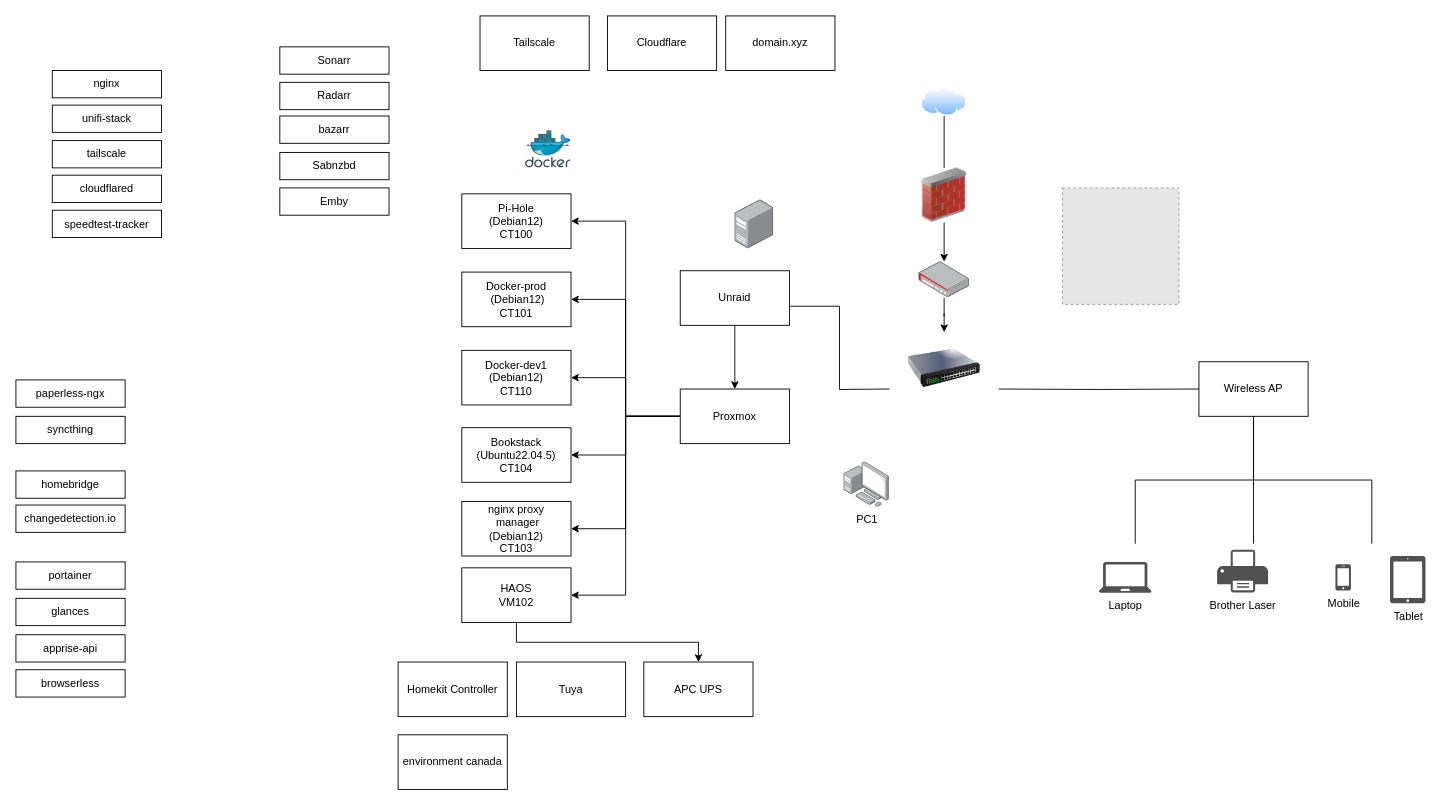
Earlier version of the draw.io diagram 92king_homelab.drawio (danieljai/homelab). Source tidied: cells renumbered, new cells numbered last; positions are measured from the earlier drawing's top-left corner, leaving out a move shared by most shapes. Both pictures are drawn from the tidied source at 91%, with x=0, y=0 at pixel (15, 15). Pictures stored in the file or linked from it are replaced by grey dashed boxes.
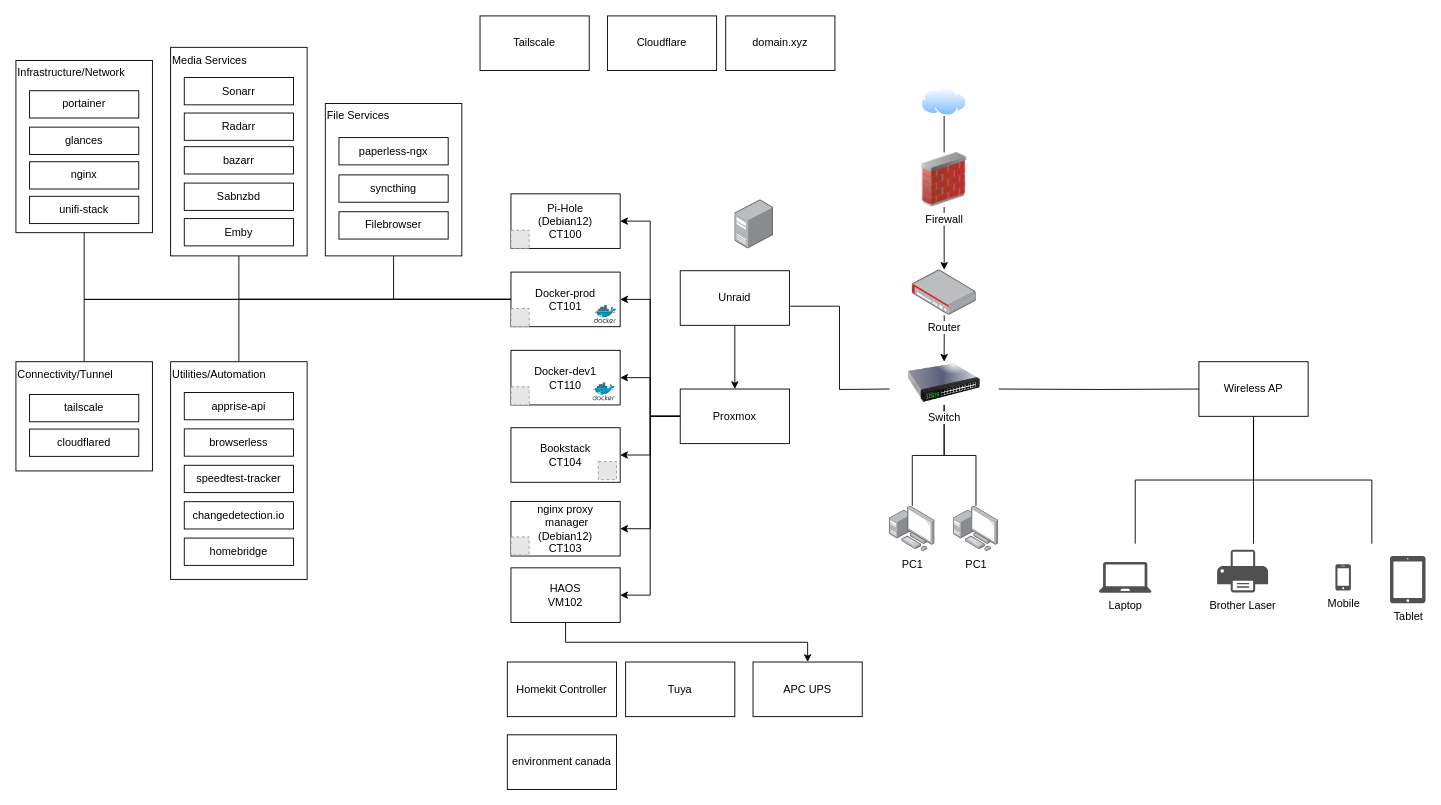
The same page after the edit.

Change to the diagram source:
```diff
@@
-    <mxCell id="16" value="Docker-dev1&lt;div&gt;(Debian12)&lt;div&gt;CT110&lt;/div&gt;&lt;/div&gt;" style="rounded=0;whiteSpace=wrap;html=1;" parent="1" vertex="1">
-      <mxGeometry x="490" y="367.5" width="120" height="60" as="geometry" />
+    <mxCell id="16" value="Docker-dev1&lt;div&gt;&lt;div&gt;CT110&lt;/div&gt;&lt;/div&gt;" style="rounded=0;whiteSpace=wrap;html=1;" parent="1" vertex="1">
+      <mxGeometry x="544" y="367.5" width="120" height="60" as="geometry" />
     </mxCell>
+    <mxCell id="64" style="edgeStyle=orthogonalEdgeStyle;rounded=0;jettySize=auto;html=1;endArrow=none;startFill=0;" parent="1" edge="1" source="17" target="72">
+      <mxGeometry relative="1" as="geometry" />
+    </mxCell>
+    <mxCell id="65" style="edgeStyle=orthogonalEdgeStyle;rounded=0;jettySize=auto;html=1;endArrow=none;startFill=0;" parent="1" edge="1" source="17" target="76">
+      <mxGeometry relative="1" as="geometry" />
+    </mxCell>
+    <mxCell id="66" style="edgeStyle=orthogonalEdgeStyle;rounded=0;jettySize=auto;html=1;endArrow=none;startFill=0;" parent="1" edge="1" source="17" target="78">
+      <mxGeometry relative="1" as="geometry" />
+    </mxCell>
-    <mxCell id="17" value="Docker-prod&lt;div&gt;&amp;nbsp;(Debian12)&lt;div&gt;CT101&lt;/div&gt;&lt;/div&gt;" style="rounded=0;whiteSpace=wrap;html=1;" parent="1" vertex="1">
-      <mxGeometry x="490" y="281.5" width="120" height="60" as="geometry" />
+    <mxCell id="17" value="Docker-prod&lt;div&gt;&lt;div&gt;CT101&lt;/div&gt;&lt;/div&gt;" style="rounded=0;whiteSpace=wrap;html=1;" parent="1" vertex="1">
+      <mxGeometry x="544" y="281.5" width="120" height="60" as="geometry" />
     </mxCell>
@@
     <mxCell id="19" value="HAOS&lt;div&gt;VM102&lt;/div&gt;" style="rounded=0;whiteSpace=wrap;html=1;" parent="1" vertex="1">
-      <mxGeometry x="490" y="606.5" width="120" height="60" as="geometry" />
+      <mxGeometry x="544" y="606.5" width="120" height="60" as="geometry" />
     </mxCell>
-    <mxCell id="20" value="Bookstack&lt;div&gt;(Ubuntu22.04.5)&lt;div&gt;CT104&lt;/div&gt;&lt;/div&gt;" style="rounded=0;whiteSpace=wrap;html=1;" parent="1" vertex="1">
-      <mxGeometry x="490" y="452.5" width="120" height="60" as="geometry" />
+    <mxCell id="20" value="Bookstack&lt;div&gt;&lt;div&gt;CT104&lt;/div&gt;&lt;/div&gt;" style="rounded=0;whiteSpace=wrap;html=1;" parent="1" vertex="1">
+      <mxGeometry x="544" y="452.5" width="120" height="60" as="geometry" />
     </mxCell>
-    <mxCell id="21" value="Radarr" style="rounded=0;whiteSpace=wrap;html=1;" parent="1" vertex="1">
-      <mxGeometry x="290" y="73" width="120" height="30" as="geometry" />
-    </mxCell>
-    <mxCell id="22" value="Sonarr" style="rounded=0;whiteSpace=wrap;html=1;" parent="1" vertex="1">
-      <mxGeometry x="290" y="34" width="120" height="30" as="geometry" />
-    </mxCell>
     <mxCell id="23" value="Pi-Hole&lt;div&gt;(Debian12)&lt;br&gt;&lt;div&gt;CT100&lt;/div&gt;&lt;/div&gt;" style="rounded=0;whiteSpace=wrap;html=1;" parent="1" vertex="1">
-      <mxGeometry x="490" y="195.5" width="120" height="60" as="geometry" />
+      <mxGeometry x="544" y="195.5" width="120" height="60" as="geometry" />
     </mxCell>
-    <mxCell id="24" value="Sabnzbd" style="rounded=0;whiteSpace=wrap;html=1;" parent="1" vertex="1">
-      <mxGeometry x="290" y="150" width="120" height="30" as="geometry" />
-    </mxCell>
     <mxCell id="25" value="nginx proxy&lt;br&gt;&amp;nbsp;manager&lt;div&gt;(Debian12)&lt;br&gt;&lt;div&gt;CT103&lt;/div&gt;&lt;/div&gt;" style="rounded=0;whiteSpace=wrap;html=1;" parent="1" vertex="1">
-      <mxGeometry x="490" y="533.5" width="120" height="60" as="geometry" />
+      <mxGeometry x="544" y="533.5" width="120" height="60" as="geometry" />
     </mxCell>
-    <mxCell id="26" value="changedetection.io" style="rounded=0;whiteSpace=wrap;html=1;" parent="1" vertex="1">
-      <mxGeometry y="537.5" width="120" height="30" as="geometry" />
-    </mxCell>
-    <mxCell id="27" value="Emby" style="rounded=0;whiteSpace=wrap;html=1;" parent="1" vertex="1">
-      <mxGeometry x="290" y="189" width="120" height="30" as="geometry" />
-    </mxCell>
-    <mxCell id="28" value="browserless" style="rounded=0;whiteSpace=wrap;html=1;" parent="1" vertex="1">
-      <mxGeometry y="718.5" width="120" height="30" as="geometry" />
-    </mxCell>
-    <mxCell id="29" value="tailscale" style="rounded=0;whiteSpace=wrap;html=1;" parent="1" vertex="1">
-      <mxGeometry x="40" y="137" width="120" height="30" as="geometry" />
-    </mxCell>
-    <mxCell id="30" value="syncthing" style="rounded=0;whiteSpace=wrap;html=1;" parent="1" vertex="1">
-      <mxGeometry y="440" width="120" height="30" as="geometry" />
-    </mxCell>
-    <mxCell id="31" value="cloudflared" style="rounded=0;whiteSpace=wrap;html=1;" parent="1" vertex="1">
-      <mxGeometry x="40" y="175" width="120" height="30" as="geometry" />
-    </mxCell>
-    <mxCell id="32" value="glances" style="rounded=0;whiteSpace=wrap;html=1;" parent="1" vertex="1">
-      <mxGeometry y="640" width="120" height="30" as="geometry" />
-    </mxCell>
-    <mxCell id="33" value="homebridge" style="rounded=0;whiteSpace=wrap;html=1;" parent="1" vertex="1">
-      <mxGeometry y="500" width="120" height="30" as="geometry" />
-    </mxCell>
-    <mxCell id="34" value="paperless-ngx" style="rounded=0;whiteSpace=wrap;html=1;" parent="1" vertex="1">
-      <mxGeometry y="400" width="120" height="30" as="geometry" />
-    </mxCell>
-    <mxCell id="35" value="bazarr" style="rounded=0;whiteSpace=wrap;html=1;" parent="1" vertex="1">
-      <mxGeometry x="290" y="110" width="120" height="30" as="geometry" />
-    </mxCell>
-    <mxCell id="36" value="speedtest-tracker" style="rounded=0;whiteSpace=wrap;html=1;" parent="1" vertex="1">
-      <mxGeometry x="40" y="213.5" width="120" height="30" as="geometry" />
-    </mxCell>
-    <mxCell id="37" value="apprise-api" style="rounded=0;whiteSpace=wrap;html=1;" parent="1" vertex="1">
-      <mxGeometry y="680" width="120" height="30" as="geometry" />
-    </mxCell>
-    <mxCell id="38" value="portainer" style="rounded=0;whiteSpace=wrap;html=1;" parent="1" vertex="1">
-      <mxGeometry y="600" width="120" height="30" as="geometry" />
-    </mxCell>
-    <mxCell id="39" value="unifi-stack" style="rounded=0;whiteSpace=wrap;html=1;" parent="1" vertex="1">
-      <mxGeometry x="40" y="98" width="120" height="30" as="geometry" />
-    </mxCell>
-    <mxCell id="40" value="nginx" style="rounded=0;whiteSpace=wrap;html=1;" parent="1" vertex="1">
-      <mxGeometry x="40" y="60" width="120" height="30" as="geometry" />
-    </mxCell>
@@
     <mxCell id="42" value="APC UPS" style="rounded=0;whiteSpace=wrap;html=1;" parent="1" vertex="1">
-      <mxGeometry x="690" y="710" width="120" height="60" as="geometry" />
+      <mxGeometry x="810" y="710" width="120" height="60" as="geometry" />
     </mxCell>
@@
     <mxCell id="46" value="Tuya" style="rounded=0;whiteSpace=wrap;html=1;" parent="1" vertex="1">
-      <mxGeometry x="550" y="710" width="120" height="60" as="geometry" />
+      <mxGeometry x="670" y="710" width="120" height="60" as="geometry" />
     </mxCell>
     <mxCell id="47" value="Homekit Controller" style="rounded=0;whiteSpace=wrap;html=1;" parent="1" vertex="1">
-      <mxGeometry x="420" y="710" width="120" height="60" as="geometry" />
+      <mxGeometry x="540" y="710" width="120" height="60" as="geometry" />
     </mxCell>
     <mxCell id="48" value="environment canada" style="rounded=0;whiteSpace=wrap;html=1;" parent="1" vertex="1">
-      <mxGeometry x="420" y="790" width="120" height="60" as="geometry" />
+      <mxGeometry x="540" y="790" width="120" height="60" as="geometry" />
     </mxCell>
@@
-    <mxCell id="52" style="image;html=1;image=img/lib/clip_art/networking/Firewall_02_128x128.png;" parent="1" vertex="1">
-      <mxGeometry x="990" y="167" width="60" height="60" as="geometry" />
+    <mxCell id="52" value="Firewall" style="image;html=1;image=img/lib/clip_art/networking/Firewall_02_128x128.png;" parent="1" vertex="1">
+      <mxGeometry x="990" y="150" width="60" height="60" as="geometry" />
     </mxCell>
@@
-    <mxCell id="54" style="image;points=[];html=1;align=center;shadow=0;dashed=0;image=img/lib/allied_telesis/security/Router_VPN.svg;" parent="1" vertex="1">
-      <mxGeometry x="992.1" y="270" width="55.8" height="39.6" as="geometry" />
+    <mxCell id="54" value="Router" style="image;points=[];html=1;align=center;shadow=0;dashed=0;image=img/lib/allied_telesis/security/Router_VPN.svg;" parent="1" vertex="1">
+      <mxGeometry x="984.8" y="279" width="70.5" height="50" as="geometry" />
     </mxCell>
+    <mxCell id="67" style="edgeStyle=orthogonalEdgeStyle;rounded=0;jettySize=auto;html=1;endArrow=none;startFill=0;" parent="1" edge="1" source="55" target="56">
+      <mxGeometry relative="1" as="geometry" />
+    </mxCell>
+    <mxCell id="68" style="edgeStyle=orthogonalEdgeStyle;rounded=0;jettySize=auto;html=1;endArrow=none;startFill=0;" parent="1" edge="1" source="55" target="70">
+      <mxGeometry relative="1" as="geometry" />
+    </mxCell>
-    <mxCell id="55" style="image;html=1;image=img/lib/clip_art/networking/Switch_128x128.png;" parent="1" vertex="1">
-      <mxGeometry x="980" y="347.5" width="80" height="80" as="geometry" />
+    <mxCell id="55" value="Switch" style="image;html=1;image=img/lib/clip_art/networking/Switch_128x128.png;" parent="1" vertex="1">
+      <mxGeometry x="980" y="380" width="80" height="47.5" as="geometry" />
     </mxCell>
     <mxCell id="56" value="PC1" style="image;points=[];html=1;align=center;shadow=0;dashed=0;image=img/lib/allied_telesis/computer_and_terminals/Personal_Computer_with_Server.svg;" parent="1" vertex="1">
-      <mxGeometry x="909.8" y="490" width="50" height="50" as="geometry" />
+      <mxGeometry x="960" y="538.5" width="50" height="50" as="geometry" />
     </mxCell>
@@
-    <mxCell id="58" style="image;sketch=0;html=1;align=center;fontSize=12;image=img/lib/mscae/Docker.svg;" parent="1" vertex="1">
-      <mxGeometry x="560" y="126" width="50" height="41" as="geometry" />
-    </mxCell>
@@
-    <mxCell id="63" style="fillColor=#E6E6E6;strokeColor=#999999;dashed=1;html=1;verticalAlign=top;verticalLabelPosition=bottom;labelBackgroundColor=#ffffff;" parent="1" vertex="1">
-      <mxGeometry x="1150" y="189" width="128" height="128" as="geometry" />
-    </mxCell>
+    <mxCell id="69" style="image;sketch=0;html=1;align=center;fontSize=12;image=img/lib/mscae/Docker.svg;" parent="1" vertex="1">
+      <mxGeometry x="635.6" y="318" width="24.4" height="20" as="geometry" />
+    </mxCell>
+    <mxCell id="70" value="PC1" style="image;points=[];html=1;align=center;shadow=0;dashed=0;image=img/lib/allied_telesis/computer_and_terminals/Personal_Computer_with_Server.svg;" parent="1" vertex="1">
+      <mxGeometry x="1030" y="538.5" width="50" height="50" as="geometry" />
+    </mxCell>
+    <mxCell id="71" style="group;" parent="1" vertex="1">
+      <mxGeometry x="170" y="34.5" width="150" height="229.2" as="geometry" />
+    </mxCell>
+    <mxCell id="72" value="Media Services" style="rounded=0;whiteSpace=wrap;html=1;align=left;verticalAlign=top;" parent="71" vertex="1">
+      <mxGeometry width="150" height="229.2" as="geometry" />
+    </mxCell>
+    <mxCell id="21" value="Radarr" style="rounded=0;whiteSpace=wrap;html=1;" parent="71" vertex="1">
+      <mxGeometry x="15" y="72.2" width="120" height="30" as="geometry" />
+    </mxCell>
+    <mxCell id="22" value="Sonarr" style="rounded=0;whiteSpace=wrap;html=1;" parent="71" vertex="1">
+      <mxGeometry x="15" y="33.2" width="120" height="30" as="geometry" />
+    </mxCell>
+    <mxCell id="24" value="Sabnzbd" style="rounded=0;whiteSpace=wrap;html=1;" parent="71" vertex="1">
+      <mxGeometry x="15" y="149.2" width="120" height="30" as="geometry" />
+    </mxCell>
+    <mxCell id="27" value="Emby" style="rounded=0;whiteSpace=wrap;html=1;" parent="71" vertex="1">
+      <mxGeometry x="15" y="188.2" width="120" height="30" as="geometry" />
+    </mxCell>
+    <mxCell id="35" value="bazarr" style="rounded=0;whiteSpace=wrap;html=1;" parent="71" vertex="1">
+      <mxGeometry x="15" y="109.2" width="120" height="30" as="geometry" />
+    </mxCell>
+    <mxCell id="73" style="group;" parent="1" vertex="1">
+      <mxGeometry y="49" width="150" height="189.2" as="geometry" />
+    </mxCell>
+    <mxCell id="74" value="Infrastructure/Network" style="rounded=0;whiteSpace=wrap;html=1;align=left;verticalAlign=top;" parent="73" vertex="1">
+      <mxGeometry width="150" height="189.2" as="geometry" />
+    </mxCell>
+    <mxCell id="32" value="glances" style="rounded=0;whiteSpace=wrap;html=1;" parent="73" vertex="1">
+      <mxGeometry x="15" y="73.2" width="120" height="30" as="geometry" />
+    </mxCell>
+    <mxCell id="38" value="portainer" style="rounded=0;whiteSpace=wrap;html=1;" parent="73" vertex="1">
+      <mxGeometry x="15" y="33.2" width="120" height="30" as="geometry" />
+    </mxCell>
+    <mxCell id="39" value="unifi-stack" style="rounded=0;whiteSpace=wrap;html=1;" parent="73" vertex="1">
+      <mxGeometry x="15" y="149.2" width="120" height="30" as="geometry" />
+    </mxCell>
+    <mxCell id="40" value="nginx" style="rounded=0;whiteSpace=wrap;html=1;" parent="73" vertex="1">
+      <mxGeometry x="15" y="111.2" width="120" height="30" as="geometry" />
+    </mxCell>
+    <mxCell id="75" style="group;" parent="1" vertex="1">
+      <mxGeometry y="380" width="150" height="120" as="geometry" />
+    </mxCell>
+    <mxCell id="76" value="Connectivity/Tunnel" style="rounded=0;whiteSpace=wrap;html=1;align=left;verticalAlign=top;" parent="75" vertex="1">
+      <mxGeometry width="150" height="120" as="geometry" />
+    </mxCell>
+    <mxCell id="29" value="tailscale" style="rounded=0;whiteSpace=wrap;html=1;" parent="75" vertex="1">
+      <mxGeometry x="15" y="36" width="120" height="30" as="geometry" />
+    </mxCell>
+    <mxCell id="31" value="cloudflared" style="rounded=0;whiteSpace=wrap;html=1;" parent="75" vertex="1">
+      <mxGeometry x="15" y="74" width="120" height="30" as="geometry" />
+    </mxCell>
+    <mxCell id="77" style="group;" parent="1" vertex="1">
+      <mxGeometry x="170" y="380" width="150" height="239.2" as="geometry" />
+    </mxCell>
+    <mxCell id="78" value="Utilities/Automation" style="rounded=0;whiteSpace=wrap;html=1;align=left;verticalAlign=top;" parent="77" vertex="1">
+      <mxGeometry width="150" height="239.2" as="geometry" />
+    </mxCell>
+    <mxCell id="26" value="changedetection.io" style="rounded=0;whiteSpace=wrap;html=1;" parent="77" vertex="1">
+      <mxGeometry x="15" y="153.8" width="120" height="30" as="geometry" />
+    </mxCell>
+    <mxCell id="28" value="browserless" style="rounded=0;whiteSpace=wrap;html=1;" parent="77" vertex="1">
+      <mxGeometry x="15" y="73.8" width="120" height="30" as="geometry" />
+    </mxCell>
+    <mxCell id="33" value="homebridge" style="rounded=0;whiteSpace=wrap;html=1;" parent="77" vertex="1">
+      <mxGeometry x="15" y="193.8" width="120" height="30" as="geometry" />
+    </mxCell>
+    <mxCell id="36" value="speedtest-tracker" style="rounded=0;whiteSpace=wrap;html=1;" parent="77" vertex="1">
+      <mxGeometry x="15" y="113.8" width="120" height="30" as="geometry" />
+    </mxCell>
+    <mxCell id="37" value="apprise-api" style="rounded=0;whiteSpace=wrap;html=1;" parent="77" vertex="1">
+      <mxGeometry x="15" y="33.8" width="120" height="30" as="geometry" />
+    </mxCell>
+    <mxCell id="79" style="group;" parent="1" vertex="1">
+      <mxGeometry x="340" y="96.2" width="150" height="167.5" as="geometry" />
+    </mxCell>
+    <mxCell id="80" value="File Services" style="rounded=0;whiteSpace=wrap;html=1;align=left;verticalAlign=top;" parent="79" vertex="1">
+      <mxGeometry width="150" height="167.5" as="geometry" />
+    </mxCell>
+    <mxCell id="30" value="syncthing" style="rounded=0;whiteSpace=wrap;html=1;" parent="79" vertex="1">
+      <mxGeometry x="15" y="78.5" width="120" height="30" as="geometry" />
+    </mxCell>
+    <mxCell id="34" value="paperless-ngx" style="rounded=0;whiteSpace=wrap;html=1;" parent="79" vertex="1">
+      <mxGeometry x="15" y="37.5" width="120" height="30" as="geometry" />
+    </mxCell>
+    <mxCell id="81" value="Filebrowser" style="rounded=0;whiteSpace=wrap;html=1;" parent="79" vertex="1">
+      <mxGeometry x="15" y="119" width="120" height="30" as="geometry" />
+    </mxCell>
+    <mxCell id="82" style="edgeStyle=orthogonalEdgeStyle;rounded=0;jettySize=auto;html=1;endArrow=none;startFill=0;" parent="1" edge="1" source="17" target="80">
+      <mxGeometry relative="1" as="geometry" />
+    </mxCell>
+    <mxCell id="83" style="edgeStyle=orthogonalEdgeStyle;rounded=0;jettySize=auto;html=1;entryX=0.5;entryY=1;entryDx=0;entryDy=0;endArrow=none;startFill=0;" parent="1" edge="1" source="17" target="74">
+      <mxGeometry relative="1" as="geometry" />
+    </mxCell>
+    <mxCell id="84" style="image;sketch=0;html=1;align=center;fontSize=12;image=img/lib/mscae/Docker.svg;" parent="1" vertex="1">
+      <mxGeometry x="634" y="403" width="24.4" height="20" as="geometry" />
+    </mxCell>
+    <mxCell id="85" style="fillColor=#E6E6E6;strokeColor=#999999;dashed=1;html=1;verticalAlign=top;verticalLabelPosition=bottom;labelBackgroundColor=#ffffff;" parent="1" vertex="1">
+      <mxGeometry x="640" y="489.6" width="20" height="20" as="geometry" />
+    </mxCell>
+    <mxCell id="86" style="fillColor=#E6E6E6;strokeColor=#999999;dashed=1;html=1;verticalAlign=top;verticalLabelPosition=bottom;labelBackgroundColor=#ffffff;" parent="1" vertex="1">
+      <mxGeometry x="544" y="572.5" width="20" height="20" as="geometry" />
+    </mxCell>
+    <mxCell id="87" style="fillColor=#E6E6E6;strokeColor=#999999;dashed=1;html=1;verticalAlign=top;verticalLabelPosition=bottom;labelBackgroundColor=#ffffff;" parent="1" vertex="1">
+      <mxGeometry x="544" y="407.5" width="20" height="20" as="geometry" />
+    </mxCell>
+    <mxCell id="88" style="fillColor=#E6E6E6;strokeColor=#999999;dashed=1;html=1;verticalAlign=top;verticalLabelPosition=bottom;labelBackgroundColor=#ffffff;" parent="1" vertex="1">
+      <mxGeometry x="544" y="321.5" width="20" height="20" as="geometry" />
+    </mxCell>
+    <mxCell id="89" style="fillColor=#E6E6E6;strokeColor=#999999;dashed=1;html=1;verticalAlign=top;verticalLabelPosition=bottom;labelBackgroundColor=#ffffff;" parent="1" vertex="1">
+      <mxGeometry x="544" y="235.5" width="20" height="20" as="geometry" />
+    </mxCell>
```
